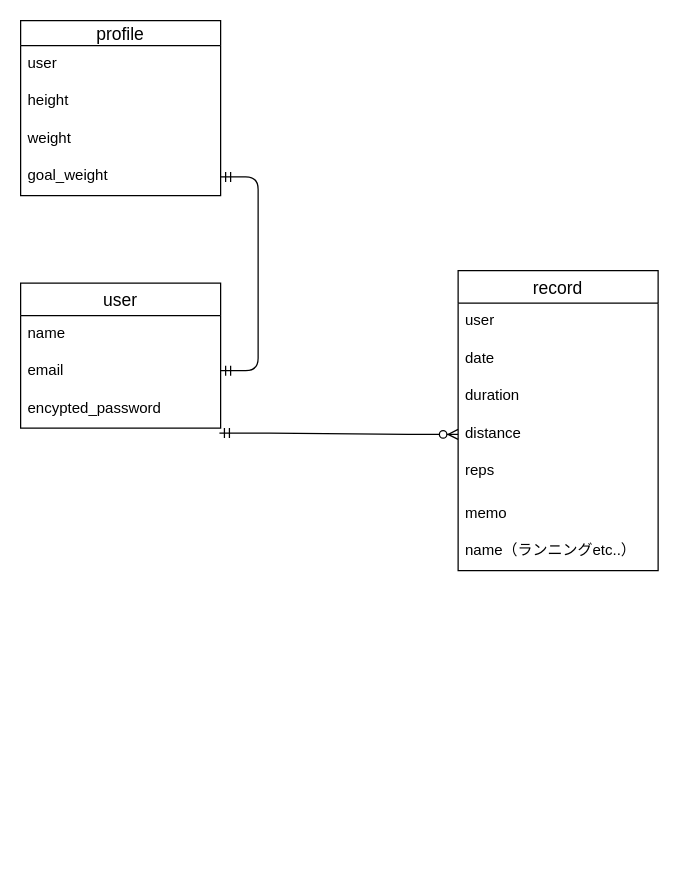
This is test.dio from yuuuuuuuka/my_step, a draw.io file, before an edit. Source tidied: cells renumbered, new cells numbered last; positions are measured from the earlier drawing's top-left corner, leaving out a move shared by most shapes. Both pictures are drawn from the tidied source at 125%, with x=0, y=0 at pixel (20, 20).
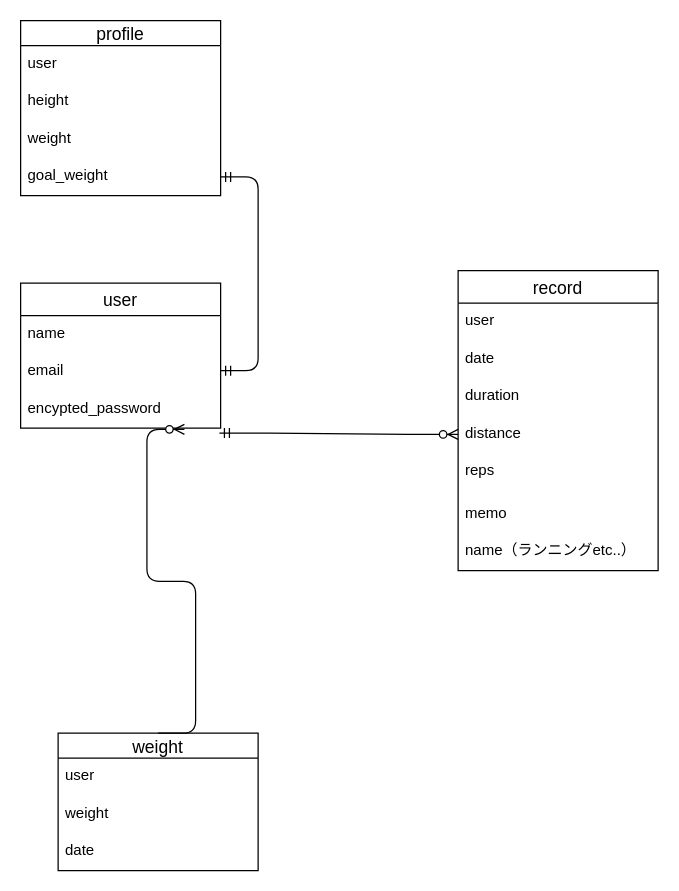
The same diagram, later.

The change refers to these unchanged cells:
```xml
<mxCell id="5" value="encypted_password&#10;&#10;" style="text;strokeColor=none;fillColor=none;spacingLeft=4;spacingRight=4;overflow=hidden;points=[[0,0.5],[1,0.5]];portConstraint=eastwest;fontSize=12;" parent="2" vertex="1">
  <mxGeometry y="86" width="160" height="30" as="geometry" />
</mxCell>
```

Change to the diagram source:
```diff
@@
+    <mxCell id="21" value="weight" style="swimlane;fontStyle=0;horizontal=1;startSize=20;align=center;fontSize=14;" parent="1" vertex="1">
+      <mxGeometry x="30" y="570" width="160" height="110" as="geometry" />
+    </mxCell>
+    <mxCell id="22" value="user" style="text;strokeColor=none;fillColor=none;spacingLeft=4;spacingRight=4;overflow=hidden;fontSize=12;" parent="21" vertex="1">
+      <mxGeometry y="20" width="160" height="30" as="geometry" />
+    </mxCell>
+    <mxCell id="23" value="weight" style="text;strokeColor=none;fillColor=none;spacingLeft=4;spacingRight=4;overflow=hidden;fontSize=12;" parent="21" vertex="1">
+      <mxGeometry y="50" width="160" height="30" as="geometry" />
+    </mxCell>
+    <mxCell id="24" value="date" style="text;strokeColor=none;fillColor=none;spacingLeft=4;spacingRight=4;overflow=hidden;fontSize=12;" parent="21" vertex="1">
+      <mxGeometry y="80" width="160" height="30" as="geometry" />
+    </mxCell>
+    <mxCell id="25" style="edgeStyle=entityRelationEdgeStyle;fontSize=12;html=1;endArrow=ERzeroToMany;endFill=1;exitX=0.5;exitY=0;exitDx=0;exitDy=0;entryX=0.819;entryY=1.033;entryDx=0;entryDy=0;entryPerimeter=0;" parent="1" edge="1" source="21" target="5">
+      <mxGeometry relative="1" as="geometry" />
+    </mxCell>
```
